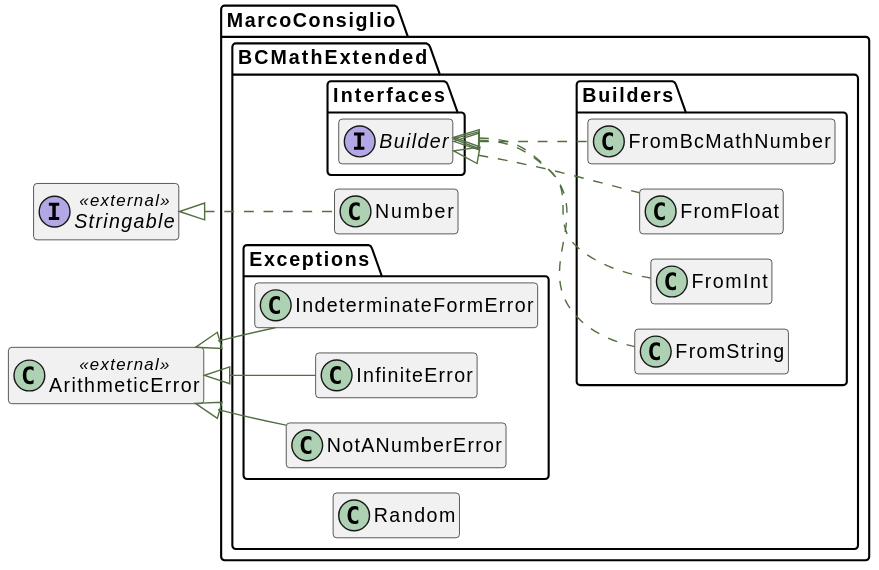
The PlantUML diagram docs/html/graphs/classes.svg in MarcoConsiglio/bcmath-extended, before a commit.
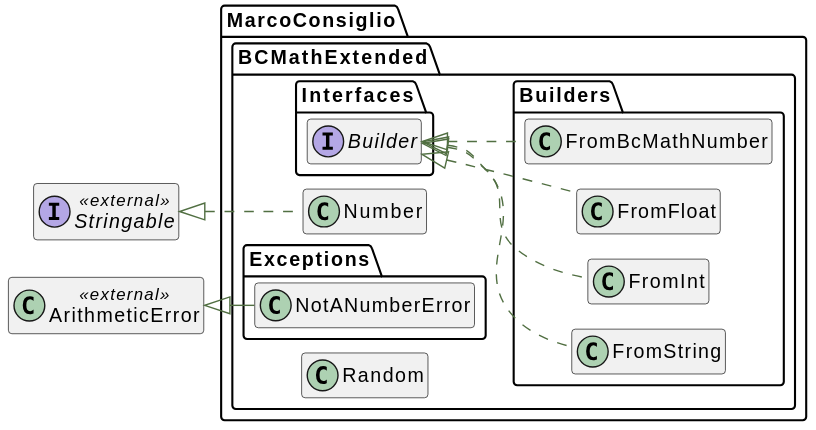
Above is the later version.

Diff of the diagram source:
```diff
@@ -46,14 +46,6 @@
 class "ArithmeticError" as ArithmeticError__class << external >>{
 }
 namespace MarcoConsiglio\\BCMathExtended\\Exceptions {
-     class "IndeterminateFormError" as IndeterminateFormError__class   extends \\ArithmeticError__class  {
-    }
-}
-namespace MarcoConsiglio\\BCMathExtended\\Exceptions {
-     class "InfiniteError" as InfiniteError__class   extends \\ArithmeticError__class  {
-    }
-}
-namespace MarcoConsiglio\\BCMathExtended\\Exceptions {
      class "NotANumberError" as NotANumberError__class   extends \\ArithmeticError__class  {
     }
 }
```
